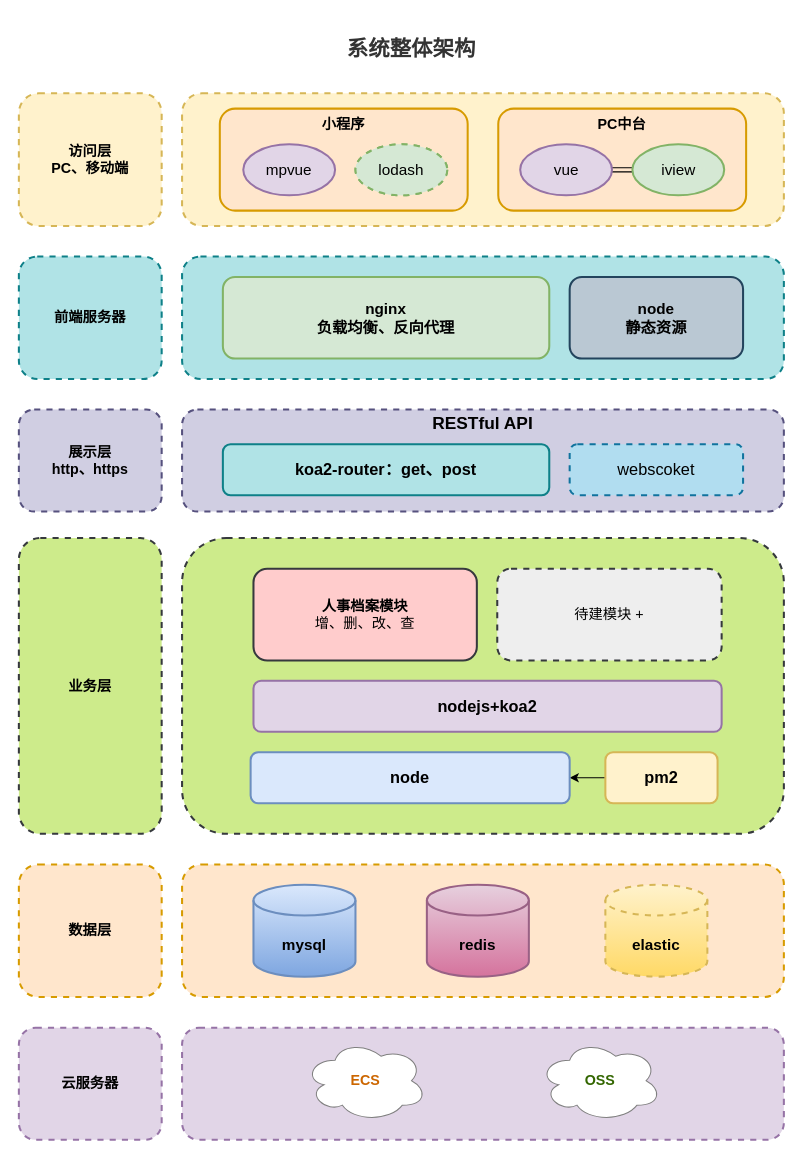
The draw.io diagram 系统架构.drawio in 8230459/drawio, before the edit. Source tidied: cells renumbered, new cells numbered last; positions are measured from the earlier drawing's top-left corner, leaving out a move shared by most shapes. Both pictures are drawn from the tidied source at 102%, with x=0, y=0 at pixel (18, 17).
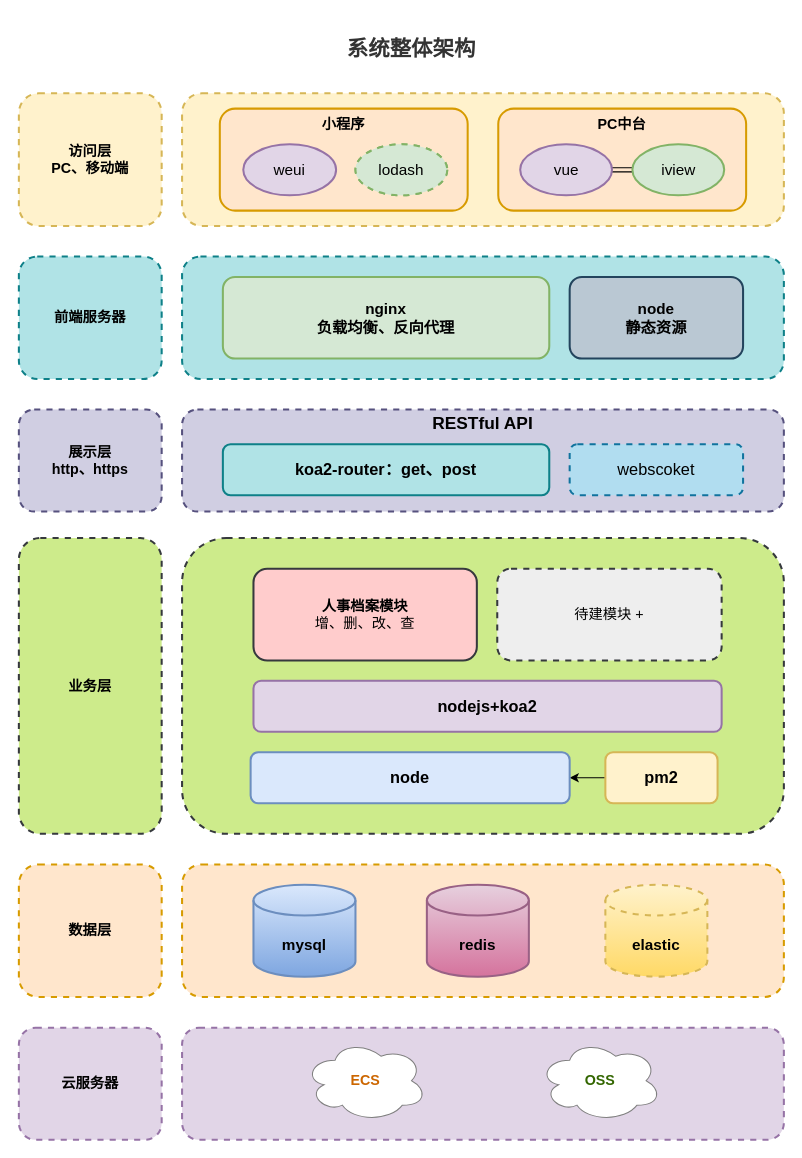
The same diagram, later.

Diff of the diagram source:
```diff
@@
-    <mxCell id="5" value="mpvue" style="ellipse;whiteSpace=wrap;html=1;strokeColor=#9673a6;strokeWidth=2;fontSize=15;fillColor=#e1d5e7;" parent="1" vertex="1">
-      <mxGeometry x="220" y="124" width="90" height="50" as="geometry" />
+    <mxCell id="5" value="weui" style="ellipse;whiteSpace=wrap;html=1;strokeColor=#9673a6;strokeWidth=2;fontSize=15;fillColor=#e1d5e7;" parent="1" vertex="1">
+      <mxGeometry x="220" y="124" width="91" height="50" as="geometry" />
     </mxCell>
```
